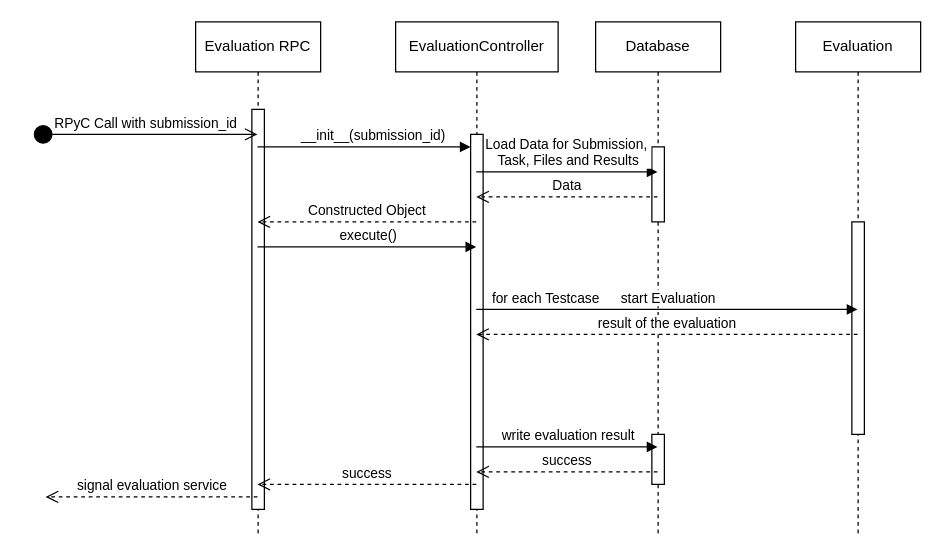
ooemperor/CodeGrader keeps this draw.io diagram as doc/backend/Evaluation_Service_Sequence_Diagram.drawio. Above is the earlier version. Source tidied: cells renumbered, new cells numbered last; positions are measured from the earlier drawing's top-left corner, leaving out a move shared by most shapes. Both pictures are drawn from the tidied source at 125%, with x=0, y=0 at pixel (32, 21).
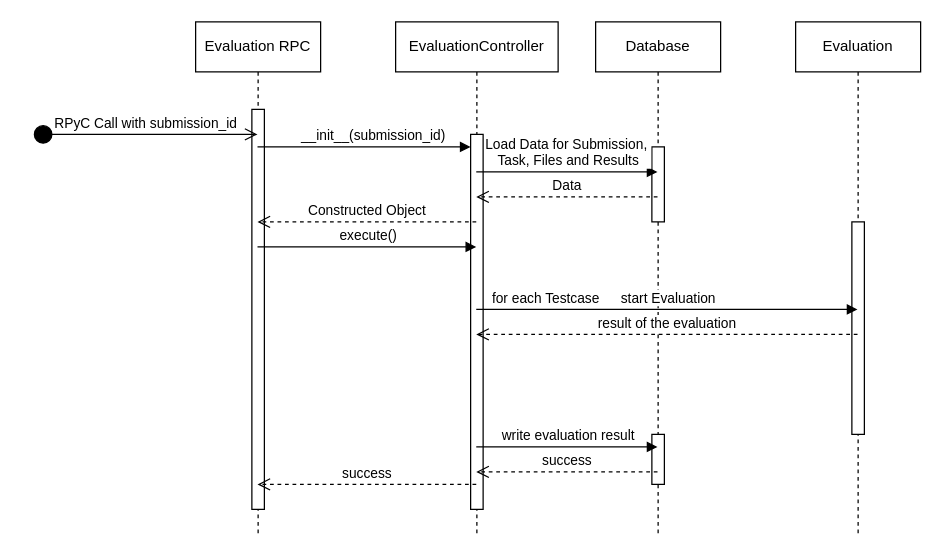
The same diagram, later.

Commit message (it also covers changes not shown here):
updating drawio for frontend calls

The change refers to these unchanged cells:
```xml
<mxCell id="2" value="Evaluation RPC" style="shape=umlLifeline;perimeter=lifelinePerimeter;whiteSpace=wrap;html=1;outlineConnect=0;portConstraint=eastwest;newEdgeStyle={&quot;edgeStyle&quot;:&quot;elbowEdgeStyle&quot;,&quot;elbow&quot;:&quot;vertical&quot;,&quot;curved&quot;:0,&quot;rounded&quot;:0};sketch=0;" parent="1" vertex="1">
  <mxGeometry x="130" width="100" height="410" as="geometry" />
</mxCell>
```

Change to the diagram source:
```diff
@@
-    <mxCell id="11" value="signal evaluation service" style="html=1;verticalAlign=bottom;endArrow=open;dashed=1;endSize=8;curved=0;rounded=0;sketch=0;" parent="1" edge="1" source="2">
-      <mxGeometry relative="1" as="geometry">
-        <mxPoint x="10" y="380" as="targetPoint" />
-        <Array as="points">
-          <mxPoint x="100" y="380" />
-        </Array>
-      </mxGeometry>
-    </mxCell>
```
